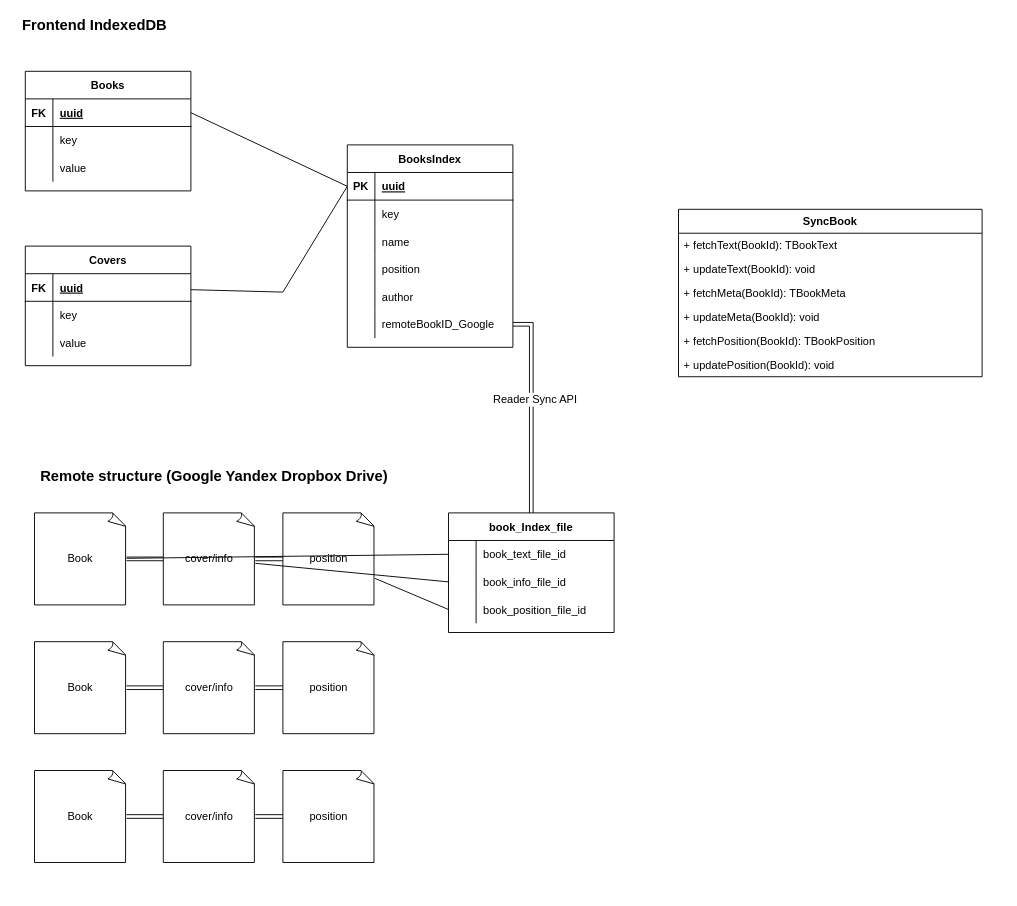
This is documents/relations.drawio from teranich/careful-reader, a draw.io file, before an edit. Source tidied: cells renumbered, new cells numbered last; positions are measured from the earlier drawing's top-left corner, leaving out a move shared by most shapes. Both pictures are drawn from the tidied source at 92%, with x=0, y=0 at pixel (16, 16).
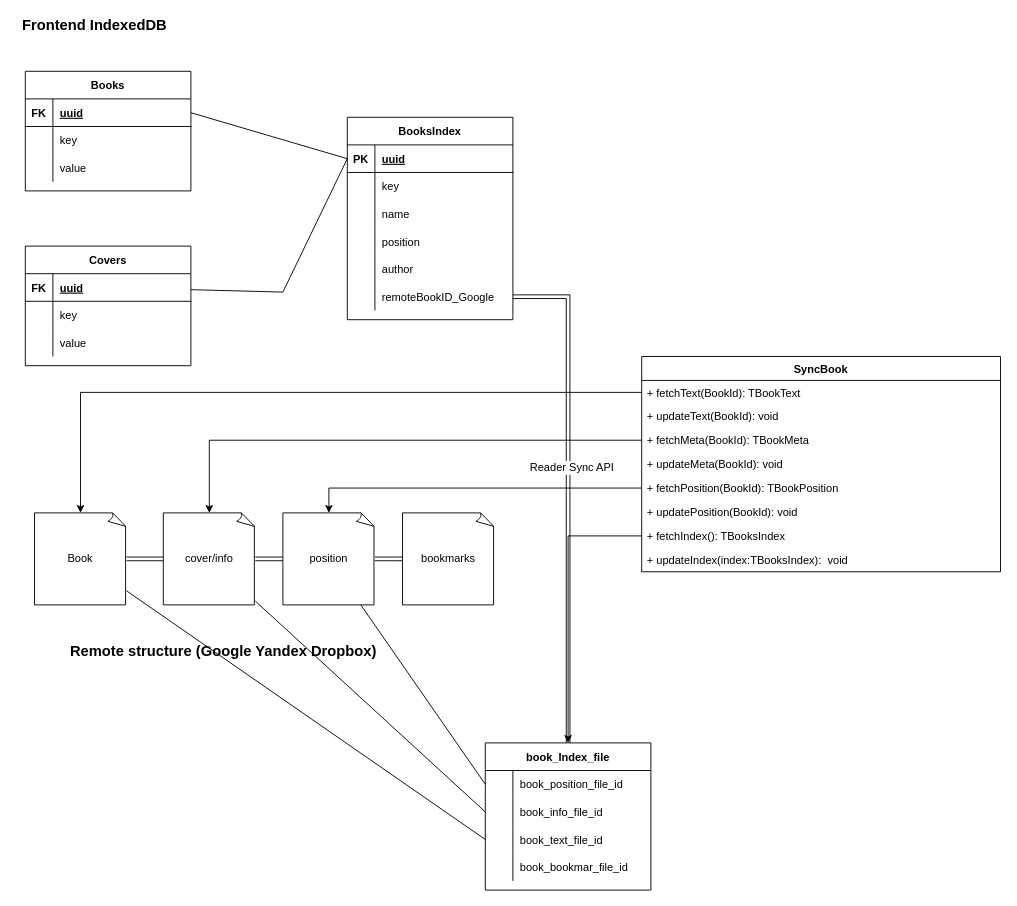
The same page after the edit.

The change refers to these unchanged cells:
```xml
<mxCell id="47" value="Book" style="whiteSpace=wrap;html=1;shape=mxgraph.basic.document;fontSize=12;" parent="1" vertex="1">
  <mxGeometry x="20" y="540" width="100" height="100" as="geometry" />
</mxCell>
<mxCell id="51" value="cover/info" style="whiteSpace=wrap;html=1;shape=mxgraph.basic.document;fontSize=12;" parent="1" vertex="1">
  <mxGeometry x="160" y="540" width="100" height="100" as="geometry" />
</mxCell>
<mxCell id="59" value="position" style="whiteSpace=wrap;html=1;shape=mxgraph.basic.document;fontSize=12;" parent="1" vertex="1">
  <mxGeometry x="290" y="540" width="100" height="100" as="geometry" />
</mxCell>
```

Change to the diagram source:
```diff
@@
     <mxCell id="14" value="BooksIndex" style="shape=table;startSize=30;childLayout=tableLayout;rowLines=0;fontStyle=1;align=center;" parent="1" vertex="1">
-      <mxGeometry x="360" y="140" width="180" height="220" as="geometry" />
+      <mxGeometry x="360" y="110" width="180" height="220" as="geometry" />
     </mxCell>
@@
-    <mxCell id="46" value="Remote structure (Google Yandex Dropbox Drive)" style="text;html=1;align=center;verticalAlign=middle;strokeColor=none;fillColor=none;fontSize=16;fontStyle=1;horizontal=1;" parent="1" vertex="1">
-      <mxGeometry x="20" y="490" width="390" height="20" as="geometry" />
-    </mxCell>
@@
-    <mxCell id="48" value="Book" style="whiteSpace=wrap;html=1;shape=mxgraph.basic.document;fontSize=12;" parent="1" vertex="1">
-      <mxGeometry x="20" y="680" width="100" height="100" as="geometry" />
-    </mxCell>
-    <mxCell id="49" value="Book" style="whiteSpace=wrap;html=1;shape=mxgraph.basic.document;fontSize=12;" parent="1" vertex="1">
-      <mxGeometry x="20" y="820" width="100" height="100" as="geometry" />
-    </mxCell>
@@
-    <mxCell id="52" style="edgeStyle=orthogonalEdgeStyle;shape=link;rounded=0;jettySize=auto;html=1;exitX=0;exitY=0.5;exitDx=0;exitDy=0;exitPerimeter=0;entryX=1;entryY=0.5;entryDx=0;entryDy=0;entryPerimeter=0;fontSize=12;" parent="1" edge="1" source="54" target="48">
-      <mxGeometry relative="1" as="geometry" />
-    </mxCell>
-    <mxCell id="53" style="edgeStyle=orthogonalEdgeStyle;shape=link;rounded=0;jettySize=auto;html=1;exitX=1;exitY=0.5;exitDx=0;exitDy=0;exitPerimeter=0;entryX=0;entryY=0.5;entryDx=0;entryDy=0;entryPerimeter=0;fontSize=12;" parent="1" edge="1" source="54" target="60">
-      <mxGeometry relative="1" as="geometry" />
-    </mxCell>
-    <mxCell id="54" value="cover/info" style="whiteSpace=wrap;html=1;shape=mxgraph.basic.document;fontSize=12;" parent="1" vertex="1">
-      <mxGeometry x="160" y="680" width="100" height="100" as="geometry" />
-    </mxCell>
-    <mxCell id="55" style="edgeStyle=orthogonalEdgeStyle;shape=link;rounded=0;jettySize=auto;html=1;exitX=0;exitY=0.5;exitDx=0;exitDy=0;exitPerimeter=0;entryX=1;entryY=0.5;entryDx=0;entryDy=0;entryPerimeter=0;fontSize=12;" parent="1" edge="1" source="57" target="49">
-      <mxGeometry relative="1" as="geometry" />
-    </mxCell>
-    <mxCell id="56" style="edgeStyle=orthogonalEdgeStyle;shape=link;rounded=0;jettySize=auto;html=1;exitX=1;exitY=0.5;exitDx=0;exitDy=0;exitPerimeter=0;entryX=0;entryY=0.5;entryDx=0;entryDy=0;entryPerimeter=0;fontSize=12;" parent="1" edge="1" source="57" target="61">
-      <mxGeometry relative="1" as="geometry" />
-    </mxCell>
-    <mxCell id="57" value="cover/info" style="whiteSpace=wrap;html=1;shape=mxgraph.basic.document;fontSize=12;" parent="1" vertex="1">
-      <mxGeometry x="160" y="820" width="100" height="100" as="geometry" />
-    </mxCell>
@@
-    <mxCell id="60" value="position" style="whiteSpace=wrap;html=1;shape=mxgraph.basic.document;fontSize=12;" parent="1" vertex="1">
-      <mxGeometry x="290" y="680" width="100" height="100" as="geometry" />
-    </mxCell>
-    <mxCell id="61" value="position" style="whiteSpace=wrap;html=1;shape=mxgraph.basic.document;fontSize=12;" parent="1" vertex="1">
-      <mxGeometry x="290" y="820" width="100" height="100" as="geometry" />
-    </mxCell>
     <mxCell id="62" value="SyncBook" style="swimlane;fontStyle=1;align=center;verticalAlign=top;horizontal=1;startSize=26;fontSize=12;" parent="1" vertex="1">
-      <mxGeometry x="720" y="210" width="330" height="182" as="geometry" />
+      <mxGeometry x="680" y="370" width="390" height="234" as="geometry" />
     </mxCell>
     <mxCell id="63" value="+ fetchText(BookId): TBookText" style="text;strokeColor=none;fillColor=none;align=left;verticalAlign=top;spacingLeft=4;spacingRight=4;overflow=hidden;points=[[0,0.5],[1,0.5]];portConstraint=eastwest;fontSize=12;" parent="62" vertex="1">
-      <mxGeometry y="26" width="330" height="26" as="geometry" />
+      <mxGeometry y="26" width="390" height="26" as="geometry" />
     </mxCell>
     <mxCell id="64" value="+ updateText(BookId): void" style="text;strokeColor=none;fillColor=none;align=left;verticalAlign=top;spacingLeft=4;spacingRight=4;overflow=hidden;fontSize=12;" parent="62" vertex="1">
-      <mxGeometry y="52" width="330" height="26" as="geometry" />
+      <mxGeometry y="52" width="390" height="26" as="geometry" />
     </mxCell>
     <mxCell id="65" value="+ fetchMeta(BookId): TBookMeta" style="text;strokeColor=none;fillColor=none;align=left;verticalAlign=top;spacingLeft=4;spacingRight=4;overflow=hidden;points=[[0,0.5],[1,0.5]];portConstraint=eastwest;fontSize=12;" parent="62" vertex="1">
-      <mxGeometry y="78" width="330" height="26" as="geometry" />
+      <mxGeometry y="78" width="390" height="26" as="geometry" />
     </mxCell>
     <mxCell id="66" value="+ updateMeta(BookId): void" style="text;strokeColor=none;fillColor=none;align=left;verticalAlign=top;spacingLeft=4;spacingRight=4;overflow=hidden;fontSize=12;" parent="62" vertex="1">
-      <mxGeometry y="104" width="330" height="26" as="geometry" />
+      <mxGeometry y="104" width="390" height="26" as="geometry" />
     </mxCell>
     <mxCell id="67" value="+ fetchPosition(BookId): TBookPosition" style="text;strokeColor=none;fillColor=none;align=left;verticalAlign=top;spacingLeft=4;spacingRight=4;overflow=hidden;points=[[0,0.5],[1,0.5]];portConstraint=eastwest;fontSize=12;" parent="62" vertex="1">
-      <mxGeometry y="130" width="330" height="26" as="geometry" />
+      <mxGeometry y="130" width="390" height="26" as="geometry" />
     </mxCell>
     <mxCell id="68" value="+ updatePosition(BookId): void" style="text;strokeColor=none;fillColor=none;align=left;verticalAlign=top;spacingLeft=4;spacingRight=4;overflow=hidden;fontSize=12;" parent="62" vertex="1">
-      <mxGeometry y="156" width="330" height="26" as="geometry" />
+      <mxGeometry y="156" width="390" height="26" as="geometry" />
     </mxCell>
+    <mxCell id="82" value="+ fetchIndex(): TBooksIndex" style="text;strokeColor=none;fillColor=none;align=left;verticalAlign=top;spacingLeft=4;spacingRight=4;overflow=hidden;points=[[0,0.5],[1,0.5]];portConstraint=eastwest;fontSize=12;" parent="62" vertex="1">
+      <mxGeometry y="182" width="390" height="26" as="geometry" />
+    </mxCell>
+    <mxCell id="83" value="+ updateIndex(index:TBooksIndex):  void" style="text;strokeColor=none;fillColor=none;align=left;verticalAlign=top;spacingLeft=4;spacingRight=4;overflow=hidden;fontSize=12;" parent="62" vertex="1">
+      <mxGeometry y="208" width="390" height="26" as="geometry" />
+    </mxCell>
     <mxCell id="69" value="book_Index_file" style="shape=table;startSize=30;childLayout=tableLayout;rowLines=0;fontStyle=1;align=center;" parent="1" vertex="1">
-      <mxGeometry x="470" y="540" width="180" height="130" as="geometry" />
+      <mxGeometry x="510" y="790" width="180" height="160" as="geometry" />
     </mxCell>
+    <mxCell id="76" style="shape=tableRow;horizontal=0;startSize=0;swimlaneHead=0;swimlaneBody=0;fillColor=none;points=[[0,0.5],[1,0.5]];portConstraint=eastwest;top=0;left=0;right=0;bottom=0;" parent="69" vertex="1">
+      <mxGeometry y="30" width="180" height="30" as="geometry" />
+    </mxCell>
+    <mxCell id="77" style="shape=partialRectangle;fillColor=none;top=0;left=0;bottom=0;right=0;overflow=hidden;" parent="76" vertex="1">
+      <mxGeometry width="30" height="30" as="geometry" />
+    </mxCell>
+    <mxCell id="78" value="book_position_file_id" style="shape=partialRectangle;fillColor=none;top=0;left=0;bottom=0;right=0;align=left;spacingLeft=6;overflow=hidden;" parent="76" vertex="1">
+      <mxGeometry x="30" width="150" height="30" as="geometry" />
+    </mxCell>
+    <mxCell id="73" style="shape=tableRow;horizontal=0;startSize=0;swimlaneHead=0;swimlaneBody=0;fillColor=none;points=[[0,0.5],[1,0.5]];portConstraint=eastwest;top=0;left=0;right=0;bottom=0;" parent="69" vertex="1">
+      <mxGeometry y="60" width="180" height="30" as="geometry" />
+    </mxCell>
+    <mxCell id="74" style="shape=partialRectangle;fillColor=none;top=0;left=0;bottom=0;right=0;overflow=hidden;" parent="73" vertex="1">
+      <mxGeometry width="30" height="30" as="geometry" />
+    </mxCell>
+    <mxCell id="75" value="book_info_file_id" style="shape=partialRectangle;fillColor=none;top=0;left=0;bottom=0;right=0;align=left;spacingLeft=6;overflow=hidden;" parent="73" vertex="1">
+      <mxGeometry x="30" width="150" height="30" as="geometry" />
+    </mxCell>
     <mxCell id="70" style="shape=tableRow;horizontal=0;startSize=0;swimlaneHead=0;swimlaneBody=0;fillColor=none;points=[[0,0.5],[1,0.5]];portConstraint=eastwest;top=0;left=0;right=0;bottom=0;" parent="69" vertex="1">
-      <mxGeometry y="30" width="180" height="30" as="geometry" />
+      <mxGeometry y="90" width="180" height="30" as="geometry" />
     </mxCell>
@@
-    <mxCell id="73" style="shape=tableRow;horizontal=0;startSize=0;swimlaneHead=0;swimlaneBody=0;fillColor=none;points=[[0,0.5],[1,0.5]];portConstraint=eastwest;top=0;left=0;right=0;bottom=0;" parent="69" vertex="1">
-      <mxGeometry y="60" width="180" height="30" as="geometry" />
-    </mxCell>
-    <mxCell id="74" style="shape=partialRectangle;fillColor=none;top=0;left=0;bottom=0;right=0;overflow=hidden;" parent="73" vertex="1">
-      <mxGeometry width="30" height="30" as="geometry" />
-    </mxCell>
-    <mxCell id="75" value="book_info_file_id" style="shape=partialRectangle;fillColor=none;top=0;left=0;bottom=0;right=0;align=left;spacingLeft=6;overflow=hidden;" parent="73" vertex="1">
-      <mxGeometry x="30" width="150" height="30" as="geometry" />
-    </mxCell>
-    <mxCell id="76" style="shape=tableRow;horizontal=0;startSize=0;swimlaneHead=0;swimlaneBody=0;fillColor=none;points=[[0,0.5],[1,0.5]];portConstraint=eastwest;top=0;left=0;right=0;bottom=0;" parent="69" vertex="1">
-      <mxGeometry y="90" width="180" height="30" as="geometry" />
-    </mxCell>
-    <mxCell id="77" style="shape=partialRectangle;fillColor=none;top=0;left=0;bottom=0;right=0;overflow=hidden;" parent="76" vertex="1">
-      <mxGeometry width="30" height="30" as="geometry" />
-    </mxCell>
-    <mxCell id="78" value="book_position_file_id" style="shape=partialRectangle;fillColor=none;top=0;left=0;bottom=0;right=0;align=left;spacingLeft=6;overflow=hidden;" parent="76" vertex="1">
-      <mxGeometry x="30" width="150" height="30" as="geometry" />
-    </mxCell>
+    <mxCell id="84" style="shape=tableRow;horizontal=0;startSize=0;swimlaneHead=0;swimlaneBody=0;fillColor=none;top=0;left=0;right=0;bottom=0;" parent="69" vertex="1">
+      <mxGeometry y="120" width="180" height="30" as="geometry" />
+    </mxCell>
+    <mxCell id="85" style="shape=partialRectangle;fillColor=none;top=0;left=0;bottom=0;right=0;overflow=hidden;" parent="84" vertex="1">
+      <mxGeometry width="30" height="30" as="geometry" />
+    </mxCell>
+    <mxCell id="86" value="book_bookmar_file_id" style="shape=partialRectangle;fillColor=none;top=0;left=0;bottom=0;right=0;align=left;spacingLeft=6;overflow=hidden;" parent="84" vertex="1">
+      <mxGeometry x="30" width="150" height="30" as="geometry" />
+    </mxCell>
@@
-    <mxCell id="81" style="endArrow=none;html=1;rounded=0;fontSize=12;entryX=0;entryY=0.5;entryDx=0;entryDy=0;" parent="1" edge="1" source="47" target="70">
+    <mxCell id="81" style="endArrow=none;html=1;rounded=0;fontSize=12;entryX=0;entryY=0.5;entryDx=0;entryDy=0;startArrow=none;" parent="1" edge="1" source="47" target="70">
       <mxGeometry relative="1" as="geometry" />
     </mxCell>
+    <mxCell id="87" style="edgeStyle=orthogonalEdgeStyle;rounded=0;jettySize=auto;html=1;exitX=0;exitY=0.5;exitDx=0;exitDy=0;" parent="1" edge="1" source="82" target="69">
+      <mxGeometry relative="1" as="geometry" />
+    </mxCell>
+    <mxCell id="88" style="edgeStyle=orthogonalEdgeStyle;rounded=0;jettySize=auto;html=1;exitX=0;exitY=0.5;exitDx=0;exitDy=0;" parent="1" edge="1" source="63" target="47">
+      <mxGeometry relative="1" as="geometry" />
+    </mxCell>
+    <mxCell id="89" style="edgeStyle=orthogonalEdgeStyle;rounded=0;jettySize=auto;html=1;exitX=0;exitY=0.5;exitDx=0;exitDy=0;" parent="1" edge="1" source="65" target="51">
+      <mxGeometry relative="1" as="geometry" />
+    </mxCell>
+    <mxCell id="90" style="edgeStyle=orthogonalEdgeStyle;rounded=0;jettySize=auto;html=1;exitX=0;exitY=0.5;exitDx=0;exitDy=0;entryX=0.5;entryY=0;entryDx=0;entryDy=0;entryPerimeter=0;" parent="1" edge="1" source="67" target="59">
+      <mxGeometry relative="1" as="geometry" />
+    </mxCell>
+    <mxCell id="91" value="bookmarks" style="whiteSpace=wrap;html=1;shape=mxgraph.basic.document;fontSize=12;" parent="1" vertex="1">
+      <mxGeometry x="420" y="540" width="100" height="100" as="geometry" />
+    </mxCell>
+    <mxCell id="92" style="edgeStyle=orthogonalEdgeStyle;shape=link;rounded=0;jettySize=auto;html=1;exitX=0;exitY=0.5;exitDx=0;exitDy=0;exitPerimeter=0;fontSize=12;width=-4;" parent="1" edge="1" source="91" target="59">
+      <mxGeometry relative="1" as="geometry" />
+    </mxCell>
+    <mxCell id="46" value="Remote structure (Google Yandex Dropbox)" style="text;html=1;align=center;verticalAlign=middle;strokeColor=none;fillColor=none;fontSize=16;fontStyle=1;horizontal=1;" parent="1" vertex="1">
+      <mxGeometry x="50" y="680" width="350" height="20" as="geometry" />
+    </mxCell>
```
